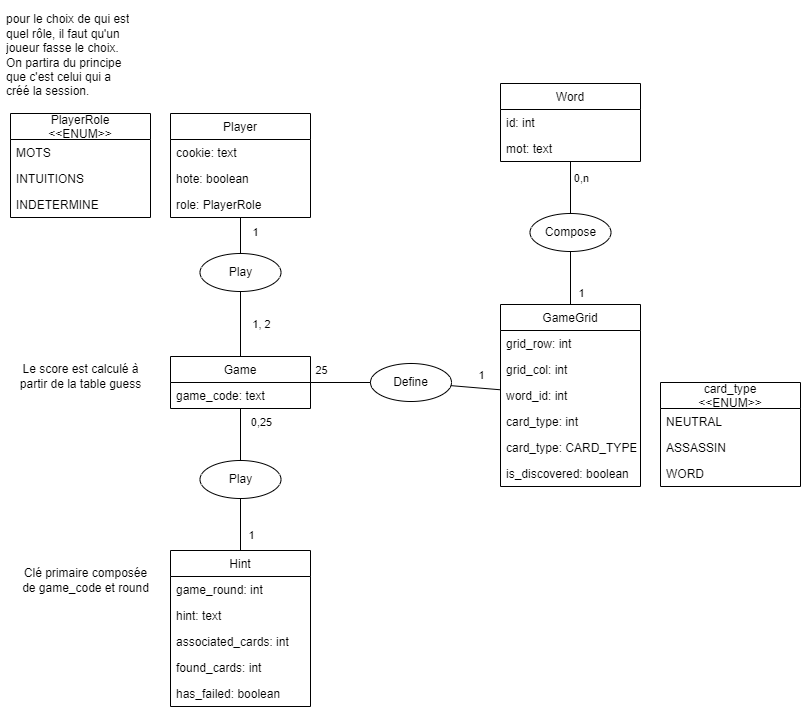
Before: conception.png, a diagram exported from draw.io (ArnoBidet/PolyNames). Source tidied: cells renumbered, new cells last; positions are measured from the earlier drawing's top-left corner, leaving out a move shared by most shapes.
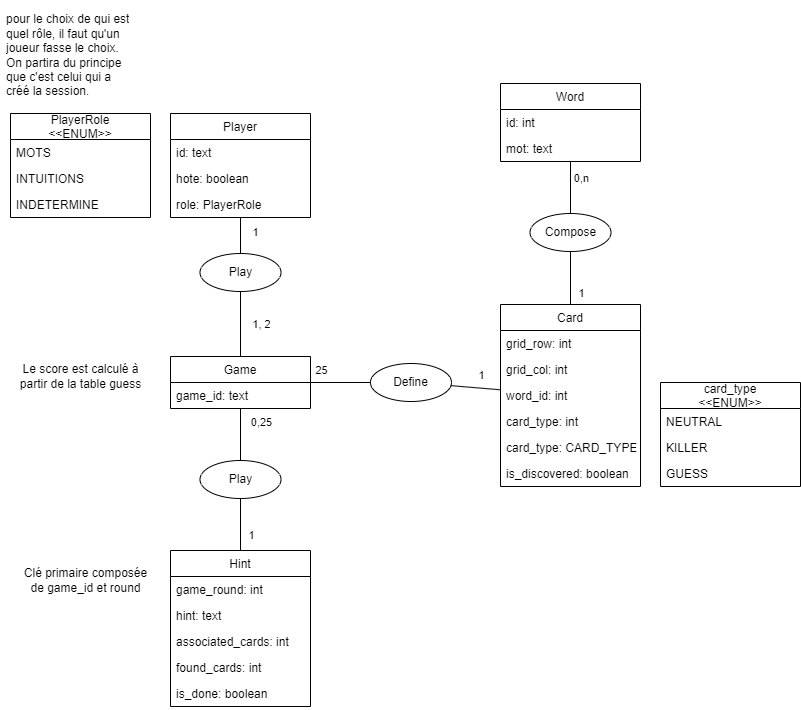
Later version of the same file.

Diff of the diagram source:
```diff
@@ -2,7 +2,7 @@
   <root>
     <mxCell id="0" />
     <mxCell id="1" parent="0" />
-    <mxCell id="2" value="GameGrid" style="swimlane;fontStyle=0;horizontal=1;startSize=26;fillColor=none;" parent="1" vertex="1">
+    <mxCell id="2" value="Card" style="swimlane;fontStyle=0;horizontal=1;startSize=26;fillColor=none;" parent="1" vertex="1">
       <mxGeometry x="500" y="304" width="140" height="182" as="geometry" />
     </mxCell>
     <mxCell id="3" value="grid_row: int" style="text;strokeColor=none;fillColor=none;align=left;verticalAlign=top;spacingLeft=4;spacingRight=4;overflow=hidden;" parent="2" vertex="1">
@@ -26,7 +26,7 @@
     <mxCell id="9" value="Player" style="swimlane;fontStyle=0;horizontal=1;startSize=26;fillColor=none;" parent="1" vertex="1">
       <mxGeometry x="170" y="113" width="140" height="104" as="geometry" />
     </mxCell>
-    <mxCell id="10" value="cookie: text" style="text;strokeColor=none;fillColor=none;align=left;verticalAlign=top;spacingLeft=4;spacingRight=4;overflow=hidden;" parent="9" vertex="1">
+    <mxCell id="10" value="id: text" style="text;strokeColor=none;fillColor=none;align=left;verticalAlign=top;spacingLeft=4;spacingRight=4;overflow=hidden;" parent="9" vertex="1">
       <mxGeometry y="26" width="140" height="26" as="geometry" />
     </mxCell>
     <mxCell id="11" value="hote: boolean" style="text;strokeColor=none;fillColor=none;align=left;verticalAlign=top;spacingLeft=4;spacingRight=4;overflow=hidden;" parent="9" vertex="1">
@@ -38,7 +38,7 @@
     <mxCell id="13" value="Game" style="swimlane;fontStyle=0;horizontal=1;startSize=26;fillColor=none;" parent="1" vertex="1">
       <mxGeometry x="170" y="356" width="140" height="52" as="geometry" />
     </mxCell>
-    <mxCell id="14" value="game_code: text" style="text;strokeColor=none;fillColor=none;align=left;verticalAlign=top;spacingLeft=4;spacingRight=4;overflow=hidden;" parent="13" vertex="1">
+    <mxCell id="14" value="game_id: text" style="text;strokeColor=none;fillColor=none;align=left;verticalAlign=top;spacingLeft=4;spacingRight=4;overflow=hidden;" parent="13" vertex="1">
       <mxGeometry y="26" width="140" height="26" as="geometry" />
     </mxCell>
     <mxCell id="15" value="PlayerRole&#10;&lt;&lt;ENUM&gt;&gt;" style="swimlane;fontStyle=0;horizontal=1;startSize=26;fillColor=none;" parent="1" vertex="1">
@@ -135,7 +135,7 @@
     <mxCell id="42" value="found_cards: int" style="text;strokeColor=none;fillColor=none;align=left;verticalAlign=top;spacingLeft=4;spacingRight=4;overflow=hidden;" parent="38" vertex="1">
       <mxGeometry y="104" width="140" height="26" as="geometry" />
     </mxCell>
-    <mxCell id="43" value="has_failed: boolean" style="text;strokeColor=none;fillColor=none;align=left;verticalAlign=top;spacingLeft=4;spacingRight=4;overflow=hidden;" parent="38" vertex="1">
+    <mxCell id="43" value="is_done: boolean" style="text;strokeColor=none;fillColor=none;align=left;verticalAlign=top;spacingLeft=4;spacingRight=4;overflow=hidden;" parent="38" vertex="1">
       <mxGeometry y="130" width="140" height="26" as="geometry" />
     </mxCell>
     <mxCell id="44" value="Play" style="ellipse;whiteSpace=wrap;html=1;fontStyle=0;" parent="1" vertex="1">
@@ -160,7 +160,7 @@
     <mxCell id="49" value="Le score est calculé à&lt;br&gt;partir de la table guess" style="text;html=1;align=center;verticalAlign=middle;strokeColor=none;fillColor=none;" parent="1" vertex="1">
       <mxGeometry x="10" y="356" width="140" height="40" as="geometry" />
     </mxCell>
-    <mxCell id="50" value="Clé primaire composée&lt;br&gt;de game_code et round" style="text;html=1;align=center;verticalAlign=middle;strokeColor=none;fillColor=none;" parent="1" vertex="1">
+    <mxCell id="50" value="Clé primaire composée&lt;br&gt;de game_id et round" style="text;html=1;align=center;verticalAlign=middle;strokeColor=none;fillColor=none;" parent="1" vertex="1">
       <mxGeometry x="10" y="560" width="150" height="40" as="geometry" />
     </mxCell>
     <mxCell id="51" value="&lt;div style=&quot;color: rgb(204, 204, 204); background-color: rgb(31, 31, 31); font-family: Consolas, &amp;quot;Courier New&amp;quot;, monospace; font-weight: normal; font-size: 14px; line-height: 19px;&quot;&gt;&lt;br&gt;&lt;/div&gt;" style="text;whiteSpace=wrap;html=1;" parent="1" vertex="1">
@@ -172,10 +172,10 @@
     <mxCell id="53" value="NEUTRAL" style="text;strokeColor=none;fillColor=none;align=left;verticalAlign=top;spacingLeft=4;spacingRight=4;overflow=hidden;" parent="52" vertex="1">
       <mxGeometry y="26" width="140" height="26" as="geometry" />
     </mxCell>
-    <mxCell id="54" value="ASSASSIN" style="text;strokeColor=none;fillColor=none;align=left;verticalAlign=top;spacingLeft=4;spacingRight=4;overflow=hidden;" parent="52" vertex="1">
+    <mxCell id="54" value="KILLER" style="text;strokeColor=none;fillColor=none;align=left;verticalAlign=top;spacingLeft=4;spacingRight=4;overflow=hidden;" parent="52" vertex="1">
       <mxGeometry y="52" width="140" height="26" as="geometry" />
     </mxCell>
-    <mxCell id="55" value="WORD" style="text;strokeColor=none;fillColor=none;align=left;verticalAlign=top;spacingLeft=4;spacingRight=4;overflow=hidden;" parent="52" vertex="1">
+    <mxCell id="55" value="GUESS" style="text;strokeColor=none;fillColor=none;align=left;verticalAlign=top;spacingLeft=4;spacingRight=4;overflow=hidden;" parent="52" vertex="1">
       <mxGeometry y="78" width="140" height="26" as="geometry" />
     </mxCell>
   </root>
```
